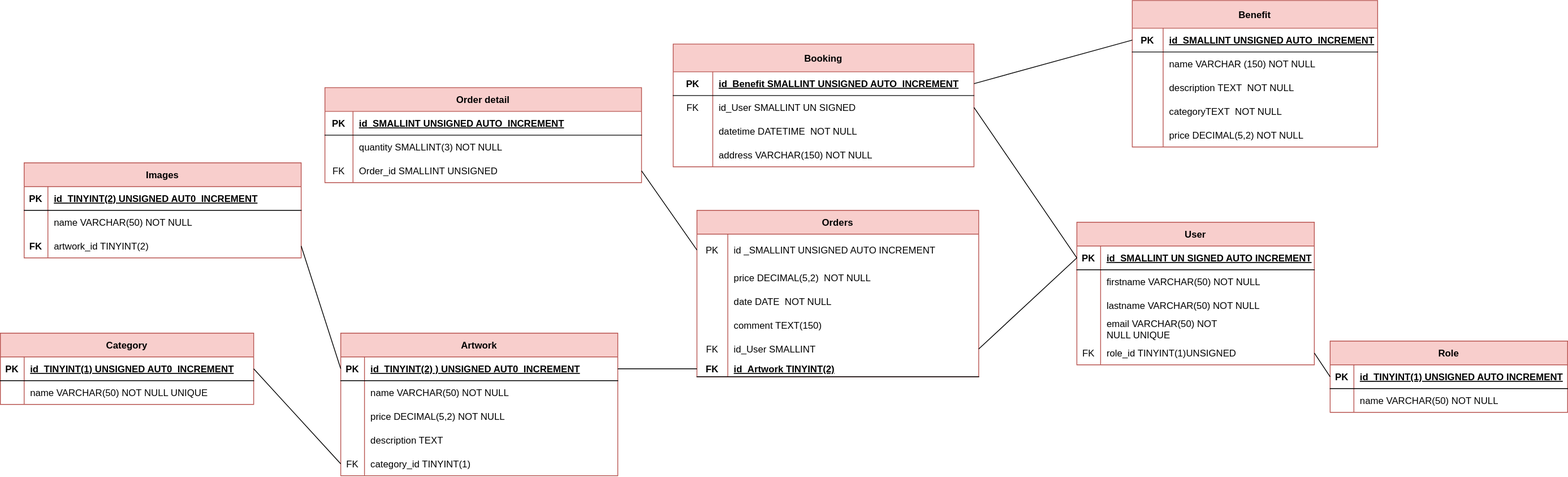
The draw.io diagram code/server/merise/projet madameqalame/MPD_calligraphie.drawio.svg in Mabrouka659/madameqalam, before a commit. Source tidied: cells renumbered, new cells last; positions are measured from the earlier drawing's top-left corner, leaving out a move shared by most shapes.
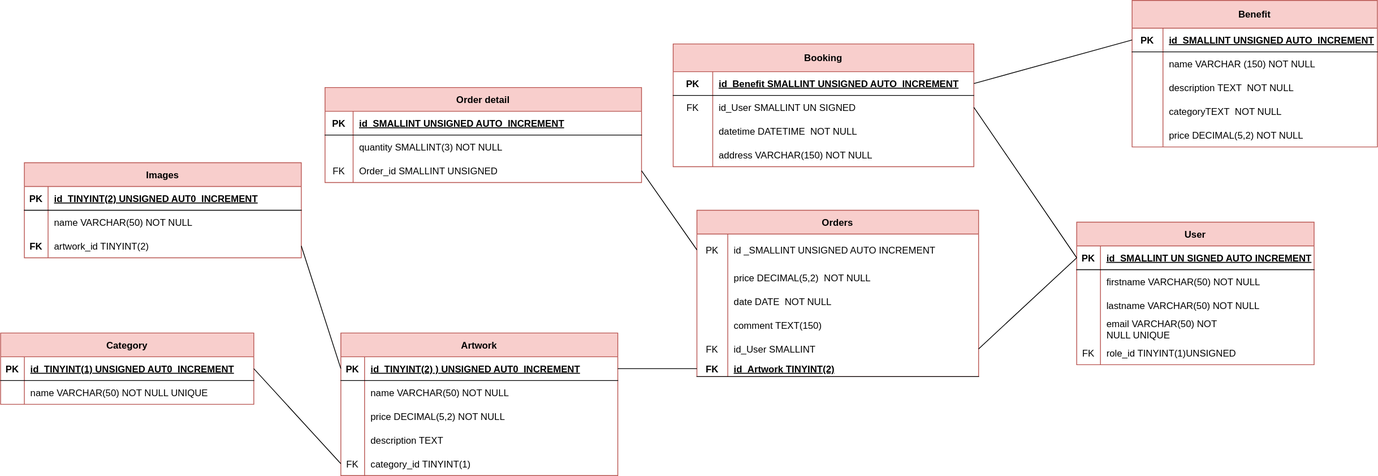
After the change.

The edit, as a diff of the source:
```diff
@@ -50,27 +50,6 @@
     <mxCell id="17" value="role_id TINYINT(1)UNSIGNED " style="shape=partialRectangle;fillColor=none;top=0;left=0;bottom=0;right=0;align=left;spacingLeft=6;overflow=hidden;" parent="15" vertex="1">
       <mxGeometry x="30" width="270" height="30" as="geometry" />
     </mxCell>
-    <mxCell id="18" value="Role" style="shape=table;startSize=30;rowLines=0;fontStyle=1;align=center;fillColor=#f8cecc;strokeColor=#b85450;" parent="1" vertex="1">
-      <mxGeometry x="1680" y="430" width="300" height="90" as="geometry" />
-    </mxCell>
-    <mxCell id="19" style="shape=tableRow;horizontal=0;startSize=0;swimlaneHead=0;swimlaneBody=0;fillColor=none;points=[[0,0.5],[1,0.5]];portConstraint=eastwest;top=0;left=0;right=0;bottom=1;" parent="18" vertex="1">
-      <mxGeometry y="30" width="300" height="30" as="geometry" />
-    </mxCell>
-    <mxCell id="20" value="PK" style="shape=partialRectangle;fillColor=none;top=0;left=0;bottom=0;right=0;fontStyle=1;overflow=hidden;" parent="19" vertex="1">
-      <mxGeometry width="30" height="30" as="geometry" />
-    </mxCell>
-    <mxCell id="21" value="id_TINYINT(1) UNSIGNED AUTO INCREMENT" style="shape=partialRectangle;fillColor=none;top=0;left=0;bottom=0;right=0;align=left;spacingLeft=6;fontStyle=5;overflow=hidden;" parent="19" vertex="1">
-      <mxGeometry x="30" width="270" height="30" as="geometry" />
-    </mxCell>
-    <mxCell id="22" style="shape=tableRow;horizontal=0;startSize=0;swimlaneHead=0;swimlaneBody=0;fillColor=none;top=0;left=0;right=0;bottom=0;" parent="18" vertex="1">
-      <mxGeometry y="60" width="300" height="30" as="geometry" />
-    </mxCell>
-    <mxCell id="23" style="shape=partialRectangle;fillColor=none;top=0;left=0;bottom=0;right=0;overflow=hidden;" parent="22" vertex="1">
-      <mxGeometry width="30" height="30" as="geometry" />
-    </mxCell>
-    <mxCell id="24" value="name VARCHAR(50) NOT NULL" style="shape=partialRectangle;fillColor=none;top=0;left=0;bottom=0;right=0;align=left;spacingLeft=6;overflow=hidden;" parent="22" vertex="1">
-      <mxGeometry x="30" width="270" height="30" as="geometry" />
-    </mxCell>
     <mxCell id="25" value="Benefit" style="shape=table;startSize=35;rowLines=0;fontStyle=1;align=center;fillColor=#f8cecc;strokeColor=#b85450;" parent="1" vertex="1">
       <mxGeometry x="1430" width="310" height="185" as="geometry" />
     </mxCell>
@@ -214,9 +193,6 @@
         <mxPoint x="1230" y="135" as="sourcePoint" />
       </mxGeometry>
     </mxCell>
-    <mxCell id="72" style="endArrow=none;html=1;rounded=0;exitX=1;exitY=0.5;exitDx=0;exitDy=0;entryX=0;entryY=0.5;entryDx=0;entryDy=0;" parent="1" edge="1" source="15" target="19">
-      <mxGeometry relative="1" as="geometry" />
-    </mxCell>
     <mxCell id="73" value="Images" style="shape=table;startSize=30;rowLines=0;fontStyle=1;align=center;fillColor=#f8cecc;strokeColor=#b85450;" parent="1" vertex="1">
       <mxGeometry x="30" y="205" width="350" height="120" as="geometry" />
     </mxCell>
```
